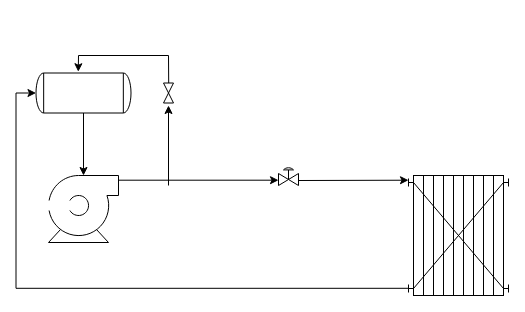
The draw.io diagram PBL_PFD.drawio in chrisakiki/UO-LAB, before the edit. Source tidied: cells renumbered, new cells numbered last; positions are measured from the earlier drawing's top-left corner, leaving out a move shared by most shapes. Both pictures are drawn from the tidied source at 100%, with x=0, y=0 at pixel (48, 45).
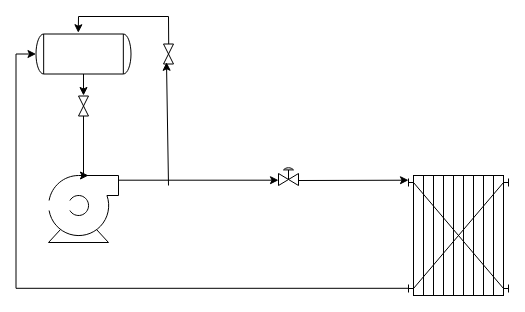
After the change.

Unchanged cells that the change refers to:
```xml
<mxCell id="2" style="shape=mxgraph.pid.pumps.centrifugal_pump_1;html=1;align=center;verticalLabelPosition=bottom;verticalAlign=top;dashed=0;" parent="1" vertex="1">
  <mxGeometry y="130" width="70" height="67" as="geometry" />
</mxCell>
```

Diff of the diagram source:
```diff
@@
-    <mxCell id="4" style="edgeStyle=orthogonalEdgeStyle;rounded=0;jettySize=auto;html=1;exitX=1;exitY=0.5;exitDx=0;exitDy=0;exitPerimeter=0;" parent="1" edge="1" source="5" target="2">
-      <mxGeometry relative="1" as="geometry" />
+    <mxCell id="4" style="edgeStyle=orthogonalEdgeStyle;rounded=0;jettySize=auto;html=1;exitX=1;exitY=0.5;exitDx=0;exitDy=0;exitPerimeter=0;" parent="1" edge="1" source="5">
+      <mxGeometry relative="1" as="geometry">
+        <mxPoint x="35" y="50" as="targetPoint" />
+      </mxGeometry>
     </mxCell>
     <mxCell id="5" style="shape=mxgraph.pid.vessels.tank;html=1;align=center;verticalLabelPosition=bottom;verticalAlign=top;dashed=0;rotation=90;" parent="1" vertex="1">
-      <mxGeometry x="15" width="40" height="95" as="geometry" />
+      <mxGeometry x="15" y="-39" width="40" height="95" as="geometry" />
     </mxCell>
@@
     <mxCell id="10" style="verticalLabelPosition=bottom;align=center;html=1;verticalAlign=top;dashed=0;shape=mxgraph.pid2valves.valve;valveType=gate;rotation=90;" parent="1" vertex="1">
-      <mxGeometry x="110" y="42.5" width="20" height="10" as="geometry" />
+      <mxGeometry x="110" y="3.5" width="20" height="10" as="geometry" />
     </mxCell>
-    <mxCell id="11" style="endArrow=classic;html=1;rounded=0;" parent="1" edge="1">
+    <mxCell id="11" style="endArrow=classic;html=1;rounded=0;entryX=0.915;entryY=0.7;entryDx=0;entryDy=0;entryPerimeter=0;" parent="1" edge="1" target="10">
       <mxGeometry relative="1" as="geometry">
         <mxPoint x="120" y="140" as="sourcePoint" />
-        <mxPoint x="120" y="60" as="targetPoint" />
       </mxGeometry>
     </mxCell>
     <mxCell id="12" style="endArrow=none;html=1;rounded=0;" parent="1" edge="1">
       <mxGeometry relative="1" as="geometry">
-        <mxPoint x="120.2" y="37.5" as="sourcePoint" />
-        <mxPoint x="120" y="10" as="targetPoint" />
+        <mxPoint x="120.2" y="-1.5" as="sourcePoint" />
+        <mxPoint x="120" y="-29" as="targetPoint" />
       </mxGeometry>
     </mxCell>
     <mxCell id="13" style="endArrow=none;html=1;rounded=0;" parent="1" edge="1">
       <mxGeometry relative="1" as="geometry">
-        <mxPoint x="120" y="10" as="sourcePoint" />
-        <mxPoint x="30" y="10" as="targetPoint" />
+        <mxPoint x="120" y="-29" as="sourcePoint" />
+        <mxPoint x="30" y="-29" as="targetPoint" />
       </mxGeometry>
     </mxCell>
     <mxCell id="14" style="endArrow=classic;html=1;rounded=0;entryX=-0.032;entryY=0.555;entryDx=0;entryDy=0;entryPerimeter=0;" parent="1" edge="1" target="5">
       <mxGeometry relative="1" as="geometry">
-        <mxPoint x="30" y="10" as="sourcePoint" />
+        <mxPoint x="30" y="-29" as="sourcePoint" />
       </mxGeometry>
     </mxCell>
+    <mxCell id="15" style="verticalLabelPosition=bottom;align=center;html=1;verticalAlign=top;dashed=0;shape=mxgraph.pid2valves.valve;valveType=gate;rotation=90;" parent="1" vertex="1">
+      <mxGeometry x="25" y="55.5" width="20" height="10" as="geometry" />
+    </mxCell>
+    <mxCell id="16" style="edgeStyle=orthogonalEdgeStyle;rounded=0;jettySize=auto;html=1;entryX=0.571;entryY=0;entryDx=0;entryDy=0;entryPerimeter=0;" parent="1" edge="1" source="15" target="2">
+      <mxGeometry relative="1" as="geometry">
+        <Array as="points">
+          <mxPoint x="35" y="130" />
+        </Array>
+      </mxGeometry>
+    </mxCell>
```
